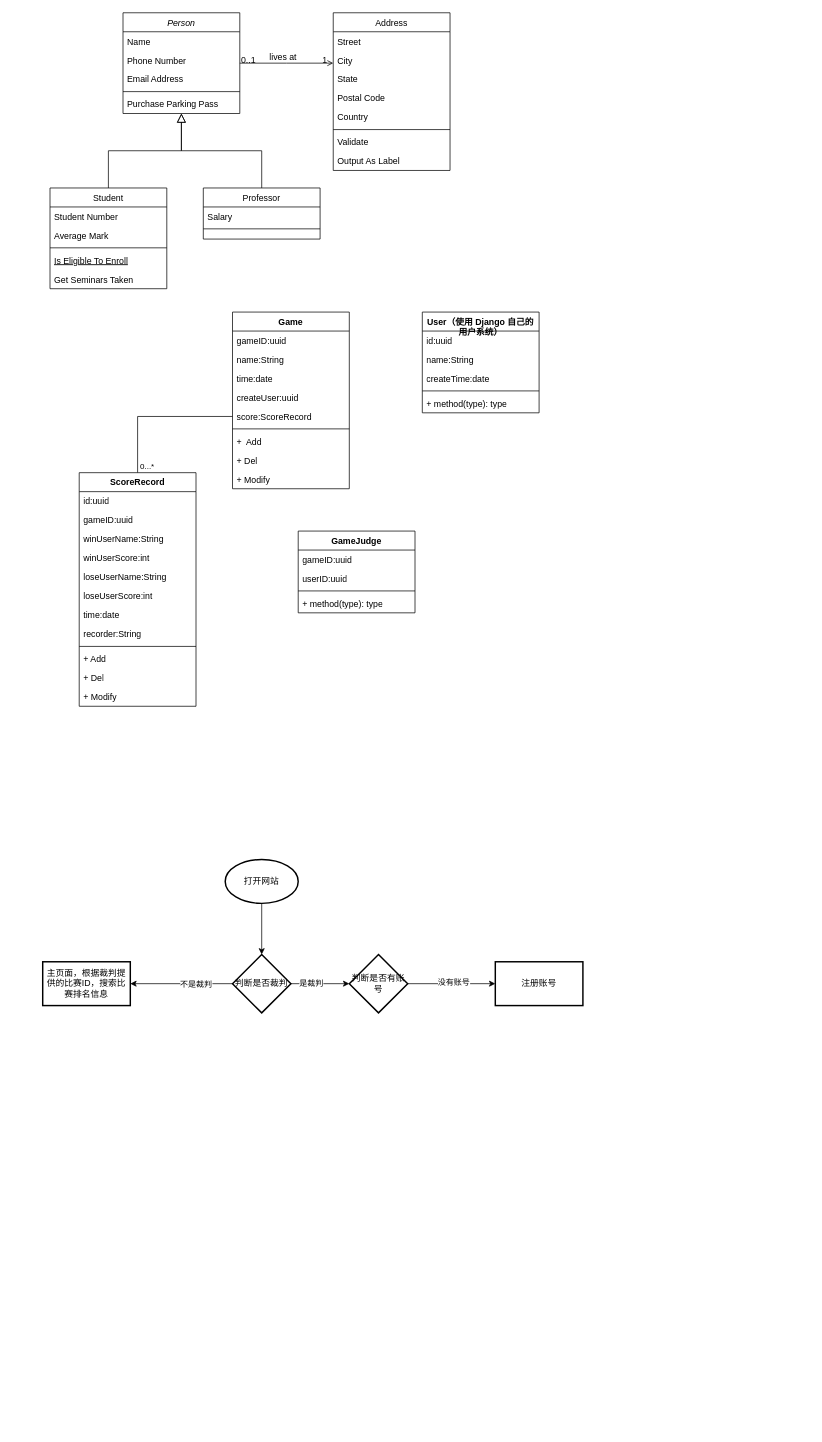
hunterljm/badminton keeps this draw.io diagram as 羽毛球计分系统.drawio. Above is the earlier version. Source tidied: cells renumbered, new cells numbered last; positions are measured from the earlier drawing's top-left corner, leaving out a move shared by most shapes. Both pictures are drawn from the tidied source at 73%, with x=0, y=0 at pixel (42, 12).
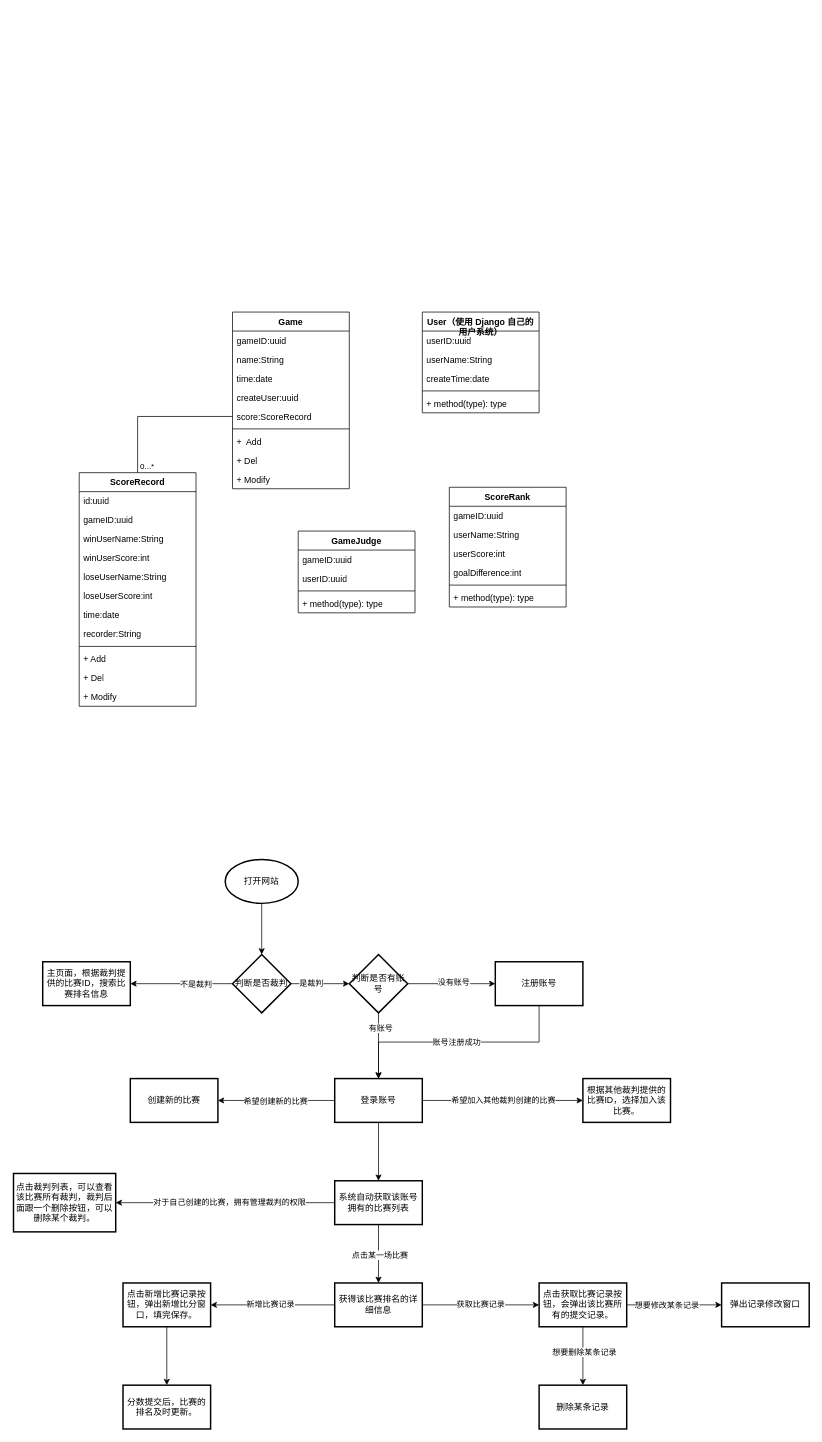
Above is the later version.

Commit message (it also covers changes not shown here):
更新羽毛球计分系统.drawio

Unchanged cells that the change refers to:
```xml
<mxCell id="57" value="User（使用 Django 自己的用户系统）" style="swimlane;fontStyle=1;align=center;verticalAlign=top;horizontal=1;startSize=26;whiteSpace=wrap;html=1;" parent="1" vertex="1">
  <mxGeometry x="520" y="410" width="160" height="138" as="geometry" />
</mxCell>
<mxCell id="78" value="判断是否有账号" style="rhombus;whiteSpace=wrap;html=1;strokeWidth=2;" parent="1" vertex="1">
  <mxGeometry x="420" y="1290" width="80" height="80" as="geometry" />
</mxCell>
<mxCell id="79" value="注册账号" style="whiteSpace=wrap;html=1;strokeWidth=2;" parent="1" vertex="1">
  <mxGeometry x="620" y="1300" width="120" height="60" as="geometry" />
</mxCell>
```

The edit, as a diff of the source:
```diff
@@
-    <mxCell id="2" value="Person" style="swimlane;fontStyle=2;align=center;verticalAlign=top;horizontal=1;startSize=26;rounded=0;shadow=0;strokeWidth=1;" parent="1" vertex="1">
-      <mxGeometry x="110" width="160" height="138" as="geometry" />
-    </mxCell>
-    <mxCell id="3" value="Name" style="text;align=left;verticalAlign=top;spacingLeft=4;spacingRight=4;overflow=hidden;" parent="2" vertex="1">
-      <mxGeometry y="26" width="160" height="26" as="geometry" />
-    </mxCell>
-    <mxCell id="4" value="Phone Number" style="text;align=left;verticalAlign=top;spacingLeft=4;spacingRight=4;overflow=hidden;rounded=0;shadow=0;html=0;" parent="2" vertex="1">
-      <mxGeometry y="52" width="160" height="26" as="geometry" />
-    </mxCell>
-    <mxCell id="5" value="Email Address" style="text;align=left;verticalAlign=top;spacingLeft=4;spacingRight=4;overflow=hidden;rounded=0;shadow=0;html=0;" parent="2" vertex="1">
-      <mxGeometry y="78" width="160" height="26" as="geometry" />
-    </mxCell>
-    <mxCell id="6" style="line;html=1;strokeWidth=1;align=left;verticalAlign=middle;spacingTop=-1;spacingLeft=3;spacingRight=3;labelPosition=right;" parent="2" vertex="1">
-      <mxGeometry y="104" width="160" height="8" as="geometry" />
-    </mxCell>
-    <mxCell id="7" value="Purchase Parking Pass" style="text;align=left;verticalAlign=top;spacingLeft=4;spacingRight=4;overflow=hidden;" parent="2" vertex="1">
-      <mxGeometry y="112" width="160" height="26" as="geometry" />
-    </mxCell>
-    <mxCell id="8" value="Student" style="swimlane;fontStyle=0;align=center;verticalAlign=top;horizontal=1;startSize=26;rounded=0;shadow=0;strokeWidth=1;" parent="1" vertex="1">
-      <mxGeometry x="10" y="240" width="160" height="138" as="geometry" />
-    </mxCell>
-    <mxCell id="9" value="Student Number" style="text;align=left;verticalAlign=top;spacingLeft=4;spacingRight=4;overflow=hidden;" parent="8" vertex="1">
-      <mxGeometry y="26" width="160" height="26" as="geometry" />
-    </mxCell>
-    <mxCell id="10" value="Average Mark" style="text;align=left;verticalAlign=top;spacingLeft=4;spacingRight=4;overflow=hidden;rounded=0;shadow=0;html=0;" parent="8" vertex="1">
-      <mxGeometry y="52" width="160" height="26" as="geometry" />
-    </mxCell>
-    <mxCell id="11" style="line;html=1;strokeWidth=1;align=left;verticalAlign=middle;spacingTop=-1;spacingLeft=3;spacingRight=3;labelPosition=right;" parent="8" vertex="1">
-      <mxGeometry y="78" width="160" height="8" as="geometry" />
-    </mxCell>
-    <mxCell id="12" value="Is Eligible To Enroll" style="text;align=left;verticalAlign=top;spacingLeft=4;spacingRight=4;overflow=hidden;fontStyle=4;" parent="8" vertex="1">
-      <mxGeometry y="86" width="160" height="26" as="geometry" />
-    </mxCell>
-    <mxCell id="13" value="Get Seminars Taken" style="text;align=left;verticalAlign=top;spacingLeft=4;spacingRight=4;overflow=hidden;" parent="8" vertex="1">
-      <mxGeometry y="112" width="160" height="26" as="geometry" />
-    </mxCell>
-    <mxCell id="14" style="endArrow=block;endSize=10;endFill=0;shadow=0;strokeWidth=1;rounded=0;edgeStyle=elbowEdgeStyle;elbow=vertical;" parent="1" edge="1" source="8" target="2">
-      <mxGeometry relative="1" as="geometry" />
-    </mxCell>
-    <mxCell id="15" value="Professor" style="swimlane;fontStyle=0;align=center;verticalAlign=top;horizontal=1;startSize=26;rounded=0;shadow=0;strokeWidth=1;" parent="1" vertex="1">
-      <mxGeometry x="220" y="240" width="160" height="70" as="geometry" />
-    </mxCell>
-    <mxCell id="16" value="Salary" style="text;align=left;verticalAlign=top;spacingLeft=4;spacingRight=4;overflow=hidden;" parent="15" vertex="1">
-      <mxGeometry y="26" width="160" height="26" as="geometry" />
-    </mxCell>
-    <mxCell id="17" style="line;html=1;strokeWidth=1;align=left;verticalAlign=middle;spacingTop=-1;spacingLeft=3;spacingRight=3;labelPosition=right;" parent="15" vertex="1">
-      <mxGeometry y="52" width="160" height="8" as="geometry" />
-    </mxCell>
-    <mxCell id="18" style="endArrow=block;endSize=10;endFill=0;shadow=0;strokeWidth=1;rounded=0;edgeStyle=elbowEdgeStyle;elbow=vertical;" parent="1" edge="1" source="15" target="2">
-      <mxGeometry relative="1" as="geometry" />
-    </mxCell>
-    <mxCell id="19" value="Address" style="swimlane;fontStyle=0;align=center;verticalAlign=top;horizontal=1;startSize=26;rounded=0;shadow=0;strokeWidth=1;" parent="1" vertex="1">
-      <mxGeometry x="398" width="160" height="216" as="geometry" />
-    </mxCell>
-    <mxCell id="20" value="Street" style="text;align=left;verticalAlign=top;spacingLeft=4;spacingRight=4;overflow=hidden;" parent="19" vertex="1">
-      <mxGeometry y="26" width="160" height="26" as="geometry" />
-    </mxCell>
-    <mxCell id="21" value="City" style="text;align=left;verticalAlign=top;spacingLeft=4;spacingRight=4;overflow=hidden;rounded=0;shadow=0;html=0;" parent="19" vertex="1">
-      <mxGeometry y="52" width="160" height="26" as="geometry" />
-    </mxCell>
-    <mxCell id="22" value="State" style="text;align=left;verticalAlign=top;spacingLeft=4;spacingRight=4;overflow=hidden;rounded=0;shadow=0;html=0;" parent="19" vertex="1">
-      <mxGeometry y="78" width="160" height="26" as="geometry" />
-    </mxCell>
-    <mxCell id="23" value="Postal Code" style="text;align=left;verticalAlign=top;spacingLeft=4;spacingRight=4;overflow=hidden;rounded=0;shadow=0;html=0;" parent="19" vertex="1">
-      <mxGeometry y="104" width="160" height="26" as="geometry" />
-    </mxCell>
-    <mxCell id="24" value="Country" style="text;align=left;verticalAlign=top;spacingLeft=4;spacingRight=4;overflow=hidden;rounded=0;shadow=0;html=0;" parent="19" vertex="1">
-      <mxGeometry y="130" width="160" height="26" as="geometry" />
-    </mxCell>
-    <mxCell id="25" style="line;html=1;strokeWidth=1;align=left;verticalAlign=middle;spacingTop=-1;spacingLeft=3;spacingRight=3;labelPosition=right;" parent="19" vertex="1">
-      <mxGeometry y="156" width="160" height="8" as="geometry" />
-    </mxCell>
-    <mxCell id="26" value="Validate" style="text;align=left;verticalAlign=top;spacingLeft=4;spacingRight=4;overflow=hidden;" parent="19" vertex="1">
-      <mxGeometry y="164" width="160" height="26" as="geometry" />
-    </mxCell>
-    <mxCell id="27" value="Output As Label" style="text;align=left;verticalAlign=top;spacingLeft=4;spacingRight=4;overflow=hidden;" parent="19" vertex="1">
-      <mxGeometry y="190" width="160" height="26" as="geometry" />
-    </mxCell>
-    <mxCell id="28" style="endArrow=open;shadow=0;strokeWidth=1;rounded=0;endFill=1;edgeStyle=elbowEdgeStyle;elbow=vertical;" parent="1" edge="1" source="2" target="19">
-      <mxGeometry x="0.5" y="41" relative="1" as="geometry">
-        <mxPoint x="-40" y="32" as="offset" />
-      </mxGeometry>
-    </mxCell>
-    <mxCell id="29" value="0..1" style="align=left;verticalAlign=bottom;labelBackgroundColor=none;fontSize=12;" parent="28" vertex="1">
-      <mxGeometry x="-1" relative="1" as="geometry">
-        <mxPoint y="4" as="offset" />
-      </mxGeometry>
-    </mxCell>
-    <mxCell id="30" value="1" style="align=right;verticalAlign=bottom;labelBackgroundColor=none;fontSize=12;" parent="28" vertex="1">
-      <mxGeometry x="1" relative="1" as="geometry">
-        <mxPoint x="-7" y="4" as="offset" />
-      </mxGeometry>
-    </mxCell>
-    <mxCell id="31" value="lives at" style="text;html=1;align=center;verticalAlign=middle;labelBackgroundColor=none;rounded=0;shadow=0;strokeWidth=1;fontSize=12;" parent="28" vertex="1">
-      <mxGeometry x="0.5" y="49" relative="1" as="geometry">
-        <mxPoint x="-38" y="40" as="offset" />
-      </mxGeometry>
-    </mxCell>
@@
-    <mxCell id="58" value="id:uuid" style="text;strokeColor=none;fillColor=none;align=left;verticalAlign=top;spacingLeft=4;spacingRight=4;overflow=hidden;whiteSpace=wrap;html=1;" parent="57" vertex="1">
+    <mxCell id="58" value="userID:uuid" style="text;strokeColor=none;fillColor=none;align=left;verticalAlign=top;spacingLeft=4;spacingRight=4;overflow=hidden;whiteSpace=wrap;html=1;" parent="57" vertex="1">
       <mxGeometry y="26" width="160" height="26" as="geometry" />
     </mxCell>
-    <mxCell id="59" value="name:String" style="text;strokeColor=none;fillColor=none;align=left;verticalAlign=top;spacingLeft=4;spacingRight=4;overflow=hidden;whiteSpace=wrap;html=1;" parent="57" vertex="1">
+    <mxCell id="59" value="userName:String" style="text;strokeColor=none;fillColor=none;align=left;verticalAlign=top;spacingLeft=4;spacingRight=4;overflow=hidden;whiteSpace=wrap;html=1;" parent="57" vertex="1">
       <mxGeometry y="52" width="160" height="26" as="geometry" />
     </mxCell>
@@
+    <mxCell id="80" style="edgeStyle=orthogonalEdgeStyle;rounded=0;jettySize=auto;html=1;" parent="1" edge="1" source="78" target="85">
+      <mxGeometry relative="1" as="geometry" />
+    </mxCell>
+    <mxCell id="81" value="有账号" style="edgeLabel;html=1;align=center;verticalAlign=middle;" parent="80" vertex="1">
+      <mxGeometry x="-0.13" y="2" relative="1" as="geometry">
+        <mxPoint y="-19" as="offset" />
+      </mxGeometry>
+    </mxCell>
@@
+    <mxCell id="82" style="edgeStyle=orthogonalEdgeStyle;rounded=0;jettySize=auto;html=1;exitX=0.5;exitY=1;exitDx=0;exitDy=0;entryX=0.5;entryY=0;entryDx=0;entryDy=0;" parent="1" edge="1" source="79" target="85">
+      <mxGeometry relative="1" as="geometry" />
+    </mxCell>
+    <mxCell id="83" value="账号注册成功" style="edgeLabel;html=1;align=center;verticalAlign=middle;" parent="82" vertex="1">
+      <mxGeometry x="-0.51" relative="1" as="geometry">
+        <mxPoint x="-86" as="offset" />
+      </mxGeometry>
+    </mxCell>
@@
+    <mxCell id="84" style="edgeStyle=orthogonalEdgeStyle;rounded=0;jettySize=auto;html=1;" parent="1" edge="1" source="85" target="94">
+      <mxGeometry relative="1" as="geometry" />
+    </mxCell>
+    <mxCell id="85" value="登录账号" style="whiteSpace=wrap;html=1;strokeWidth=2;" parent="1" vertex="1">
+      <mxGeometry x="400" y="1460" width="120" height="60" as="geometry" />
+    </mxCell>
+    <mxCell id="86" style="edgeStyle=orthogonalEdgeStyle;rounded=0;jettySize=auto;html=1;exitX=0;exitY=0.5;exitDx=0;exitDy=0;" parent="1" edge="1" source="85" target="95">
+      <mxGeometry relative="1" as="geometry" />
+    </mxCell>
+    <mxCell id="87" value="希望创建新的比赛" style="edgeLabel;html=1;align=center;verticalAlign=middle;" parent="86" vertex="1">
+      <mxGeometry x="0.03" relative="1" as="geometry" />
+    </mxCell>
+    <mxCell id="88" style="edgeStyle=orthogonalEdgeStyle;rounded=0;jettySize=auto;html=1;exitX=1;exitY=0.5;exitDx=0;exitDy=0;" parent="1" edge="1" source="85" target="96">
+      <mxGeometry relative="1" as="geometry" />
+    </mxCell>
+    <mxCell id="89" value="希望加入其他裁判创建的比赛" style="edgeLabel;html=1;align=center;verticalAlign=middle;" parent="88" vertex="1">
+      <mxGeometry y="1" relative="1" as="geometry" />
+    </mxCell>
+    <mxCell id="90" style="edgeStyle=orthogonalEdgeStyle;rounded=0;jettySize=auto;html=1;" parent="1" edge="1" source="94" target="101">
+      <mxGeometry relative="1" as="geometry" />
+    </mxCell>
+    <mxCell id="91" value="点击某一场比赛" style="edgeLabel;html=1;align=center;verticalAlign=middle;" parent="90" vertex="1">
+      <mxGeometry x="0.03" y="1" relative="1" as="geometry" />
+    </mxCell>
+    <mxCell id="92" style="edgeStyle=orthogonalEdgeStyle;rounded=0;jettySize=auto;html=1;" parent="1" edge="1" source="94" target="102">
+      <mxGeometry relative="1" as="geometry" />
+    </mxCell>
+    <mxCell id="93" value="对于自己创建的比赛，拥有管理裁判的权限" style="edgeLabel;html=1;align=center;verticalAlign=middle;" parent="92" vertex="1">
+      <mxGeometry x="0.25" y="-2" relative="1" as="geometry">
+        <mxPoint x="43" as="offset" />
+      </mxGeometry>
+    </mxCell>
+    <mxCell id="94" value="系统自动获取该账号拥有的比赛列表" style="whiteSpace=wrap;html=1;strokeWidth=2;" parent="1" vertex="1">
+      <mxGeometry x="400" y="1600" width="120" height="60" as="geometry" />
+    </mxCell>
+    <mxCell id="95" value="创建新的比赛" style="whiteSpace=wrap;html=1;strokeWidth=2;" parent="1" vertex="1">
+      <mxGeometry x="120" y="1460" width="120" height="60" as="geometry" />
+    </mxCell>
+    <mxCell id="96" value="根据其他裁判提供的比赛ID，选择加入该比赛。" style="whiteSpace=wrap;html=1;strokeWidth=2;" parent="1" vertex="1">
+      <mxGeometry x="740" y="1460" width="120" height="60" as="geometry" />
+    </mxCell>
+    <mxCell id="97" style="edgeStyle=orthogonalEdgeStyle;rounded=0;jettySize=auto;html=1;" parent="1" edge="1" source="101" target="104">
+      <mxGeometry relative="1" as="geometry" />
+    </mxCell>
+    <mxCell id="98" value="新增比赛记录" style="edgeLabel;html=1;align=center;verticalAlign=middle;" parent="97" vertex="1">
+      <mxGeometry x="0.05" y="2" relative="1" as="geometry">
+        <mxPoint y="-3" as="offset" />
+      </mxGeometry>
+    </mxCell>
+    <mxCell id="99" style="edgeStyle=orthogonalEdgeStyle;rounded=0;jettySize=auto;html=1;" parent="1" edge="1" source="101" target="109">
+      <mxGeometry relative="1" as="geometry" />
+    </mxCell>
+    <mxCell id="100" value="获取比赛记录" style="edgeLabel;html=1;align=center;verticalAlign=middle;" parent="99" vertex="1">
+      <mxGeometry x="-0.01" y="1" relative="1" as="geometry" />
+    </mxCell>
+    <mxCell id="101" value="获得该比赛排名的详细信息" style="whiteSpace=wrap;html=1;strokeWidth=2;" parent="1" vertex="1">
+      <mxGeometry x="400" y="1740" width="120" height="60" as="geometry" />
+    </mxCell>
+    <mxCell id="102" value="点击裁判列表，可以查看该比赛所有裁判，裁判后面跟一个删除按钮，可以删除某个裁判。" style="whiteSpace=wrap;html=1;strokeWidth=2;" parent="1" vertex="1">
+      <mxGeometry x="-40" y="1590" width="140" height="80" as="geometry" />
+    </mxCell>
+    <mxCell id="103" style="edgeStyle=orthogonalEdgeStyle;rounded=0;jettySize=auto;html=1;" parent="1" edge="1" source="104" target="112">
+      <mxGeometry relative="1" as="geometry" />
+    </mxCell>
+    <mxCell id="104" value="点击新增比赛记录按钮，弹出新增比分窗口，填完保存。" style="whiteSpace=wrap;html=1;strokeWidth=2;" parent="1" vertex="1">
+      <mxGeometry x="110" y="1740" width="120" height="60" as="geometry" />
+    </mxCell>
+    <mxCell id="105" style="edgeStyle=orthogonalEdgeStyle;rounded=0;jettySize=auto;html=1;" parent="1" edge="1" source="109" target="110">
+      <mxGeometry relative="1" as="geometry" />
+    </mxCell>
+    <mxCell id="106" value="想要修改某条记录" style="edgeLabel;html=1;align=center;verticalAlign=middle;" parent="105" vertex="1">
+      <mxGeometry x="-0.17" relative="1" as="geometry" />
+    </mxCell>
+    <mxCell id="107" style="edgeStyle=orthogonalEdgeStyle;rounded=0;jettySize=auto;html=1;" parent="1" edge="1" source="109" target="111">
+      <mxGeometry relative="1" as="geometry" />
+    </mxCell>
+    <mxCell id="108" value="想要删除某条记录" style="edgeLabel;html=1;align=center;verticalAlign=middle;" parent="107" vertex="1">
+      <mxGeometry x="-0.15" y="1" relative="1" as="geometry" />
+    </mxCell>
+    <mxCell id="109" value="点击获取比赛记录按钮，会弹出该比赛所有的提交记录。" style="whiteSpace=wrap;html=1;strokeWidth=2;" parent="1" vertex="1">
+      <mxGeometry x="680" y="1740" width="120" height="60" as="geometry" />
+    </mxCell>
+    <mxCell id="110" value="弹出记录修改窗口" style="whiteSpace=wrap;html=1;strokeWidth=2;" parent="1" vertex="1">
+      <mxGeometry x="930" y="1740" width="120" height="60" as="geometry" />
+    </mxCell>
+    <mxCell id="111" value="删除某条记录" style="whiteSpace=wrap;html=1;strokeWidth=2;" parent="1" vertex="1">
+      <mxGeometry x="680" y="1880" width="120" height="60" as="geometry" />
+    </mxCell>
+    <mxCell id="112" value="分数提交后，比赛的排名及时更新。" style="whiteSpace=wrap;html=1;strokeWidth=2;" parent="1" vertex="1">
+      <mxGeometry x="110" y="1880" width="120" height="60" as="geometry" />
+    </mxCell>
+    <mxCell id="113" value="ScoreRank" style="swimlane;fontStyle=1;align=center;verticalAlign=top;horizontal=1;startSize=26;whiteSpace=wrap;html=1;" parent="1" vertex="1">
+      <mxGeometry x="557" y="650" width="160" height="164" as="geometry" />
+    </mxCell>
+    <mxCell id="114" value="gameID:uuid" style="text;strokeColor=none;fillColor=none;align=left;verticalAlign=top;spacingLeft=4;spacingRight=4;overflow=hidden;whiteSpace=wrap;html=1;" parent="113" vertex="1">
+      <mxGeometry y="26" width="160" height="26" as="geometry" />
+    </mxCell>
+    <mxCell id="115" value="userName:String" style="text;strokeColor=none;fillColor=none;align=left;verticalAlign=top;spacingLeft=4;spacingRight=4;overflow=hidden;whiteSpace=wrap;html=1;" parent="113" vertex="1">
+      <mxGeometry y="52" width="160" height="26" as="geometry" />
+    </mxCell>
+    <mxCell id="116" value="userScore:int" style="text;strokeColor=none;fillColor=none;align=left;verticalAlign=top;spacingLeft=4;spacingRight=4;overflow=hidden;whiteSpace=wrap;html=1;" parent="113" vertex="1">
+      <mxGeometry y="78" width="160" height="26" as="geometry" />
+    </mxCell>
+    <mxCell id="117" value="goalDifference:int" style="text;strokeColor=none;fillColor=none;align=left;verticalAlign=top;spacingLeft=4;spacingRight=4;overflow=hidden;whiteSpace=wrap;html=1;" parent="113" vertex="1">
+      <mxGeometry y="104" width="160" height="26" as="geometry" />
+    </mxCell>
+    <mxCell id="118" style="line;strokeWidth=1;fillColor=none;align=left;verticalAlign=middle;spacingTop=-1;spacingLeft=3;spacingRight=3;labelPosition=right;strokeColor=inherit;" parent="113" vertex="1">
+      <mxGeometry y="130" width="160" height="8" as="geometry" />
+    </mxCell>
+    <mxCell id="119" value="+ method(type): type" style="text;strokeColor=none;fillColor=none;align=left;verticalAlign=top;spacingLeft=4;spacingRight=4;overflow=hidden;whiteSpace=wrap;html=1;" parent="113" vertex="1">
+      <mxGeometry y="138" width="160" height="26" as="geometry" />
+    </mxCell>
```
